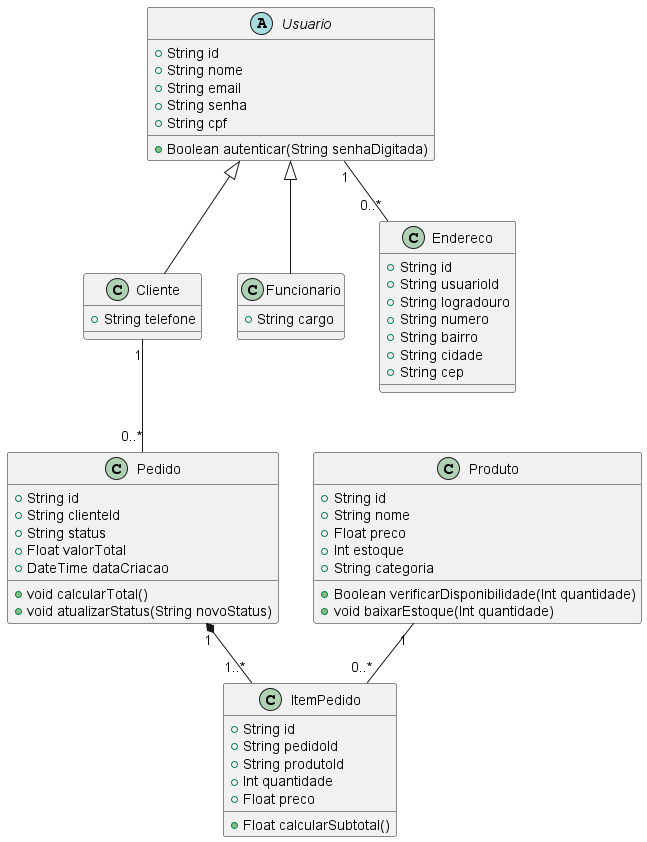
joaovitor-9/Delivery_Farmacia keeps this PlantUML diagram as docs/diagrama-de-classes.png. Above is the earlier version.
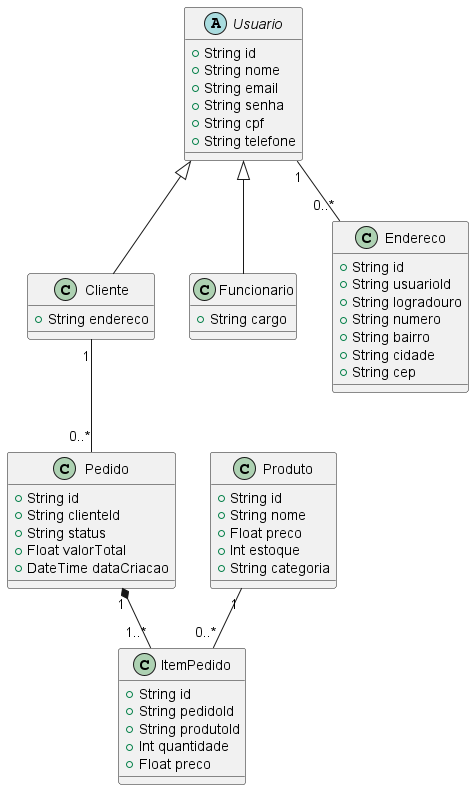
The same file after the commit.

The edit, as a diff of the source:
```diff
@@ -6,11 +6,11 @@
   +String email
   +String senha
   +String cpf
-  +Boolean autenticar(String senhaDigitada)
+  +String telefone
 }
 
 class Cliente {
-  +String telefone
+  +String endereco
 }
 
 class Funcionario {
@@ -33,8 +33,6 @@
   +Float preco
   +Int estoque
   +String categoria
-  +Boolean verificarDisponibilidade(Int quantidade)
-  +void baixarEstoque(Int quantidade)
 }
 
 class Pedido {
@@ -43,8 +41,6 @@
   +String status
   +Float valorTotal
   +DateTime dataCriacao
-  +void calcularTotal()
-  +void atualizarStatus(String novoStatus)
 }
 
 class ItemPedido {
@@ -53,7 +49,6 @@
   +String produtoId
   +Int quantidade
   +Float preco
-  +Float calcularSubtotal()
 }
 
 Usuario <|-- Cliente
```
